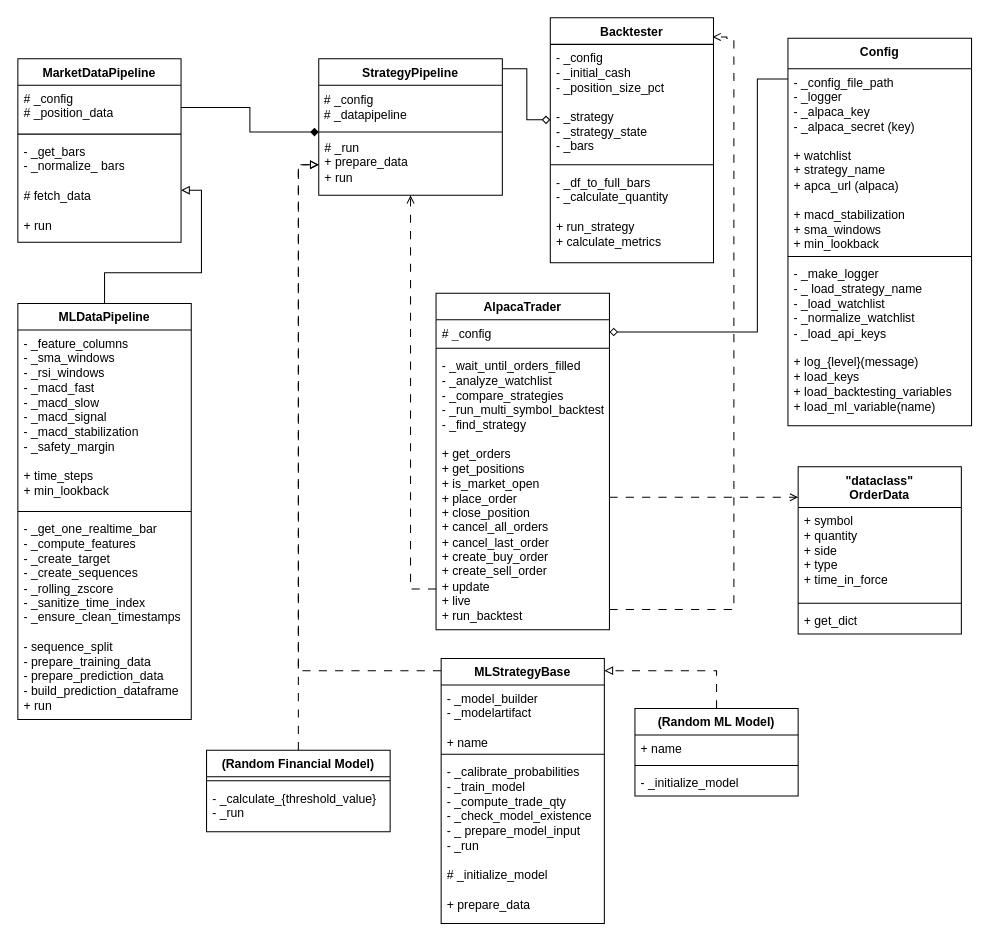
Earlier version of the draw.io diagram figures/backend_design.drawio (MiladTootoonchi/Live-Trading-Platform). Source tidied: cells renumbered, new cells numbered last; positions are measured from the earlier drawing's top-left corner, leaving out a move shared by most shapes. Both pictures are drawn from the tidied source at 102%, with x=0, y=0 at pixel (17, 17).
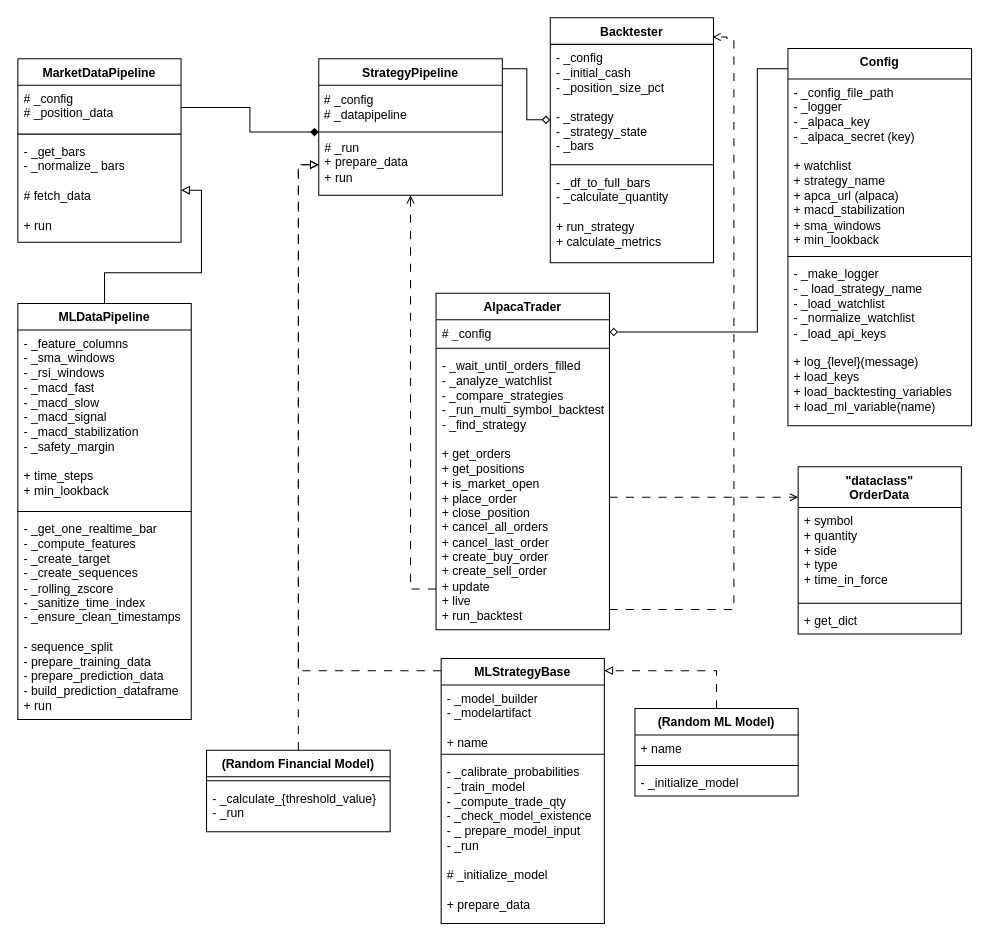
The same diagram, later.

Unchanged cells that the change refers to:
```xml
<mxCell id="27" value="# _config" style="text;strokeColor=none;fillColor=none;align=left;verticalAlign=top;spacingLeft=4;spacingRight=4;overflow=hidden;points=[[0,0.5],[1,0.5]];portConstraint=eastwest;whiteSpace=wrap;html=1;" parent="26" vertex="1">
  <mxGeometry y="26" width="170" height="24" as="geometry" />
</mxCell>
```

Diff of the diagram source:
```diff
@@
     <mxCell id="6" style="edgeStyle=orthogonalEdgeStyle;rounded=0;jettySize=auto;html=1;entryX=1;entryY=0.5;entryDx=0;entryDy=0;endArrow=diamond;endFill=0;" parent="1" edge="1" source="7" target="27">
       <mxGeometry relative="1" as="geometry">
         <Array as="points">
-          <mxPoint x="725" y="60" />
+          <mxPoint x="725" y="50" />
           <mxPoint x="725" y="308" />
         </Array>
       </mxGeometry>
     </mxCell>
     <mxCell id="7" value="&lt;div&gt;&lt;span style=&quot;background-color: transparent; color: light-dark(rgb(0, 0, 0), rgb(255, 255, 255));&quot;&gt;Config&lt;/span&gt;&lt;/div&gt;" style="swimlane;fontStyle=1;align=center;verticalAlign=top;horizontal=1;startSize=30;whiteSpace=wrap;html=1;" parent="1" vertex="1">
-      <mxGeometry x="755" y="20" width="180" height="380" as="geometry" />
+      <mxGeometry x="755" y="30" width="180" height="370" as="geometry" />
     </mxCell>
-    <mxCell id="8" value="- _config_file_path&lt;div&gt;- _logger&lt;/div&gt;&lt;div&gt;- _alpaca_key&lt;/div&gt;&lt;div&gt;- _alpaca_secret (key)&lt;/div&gt;&lt;div&gt;&lt;br&gt;&lt;/div&gt;&lt;div&gt;+ watchlist&lt;/div&gt;&lt;div&gt;+ strategy_name&lt;/div&gt;&lt;div&gt;+ apca_url (alpaca)&lt;/div&gt;&lt;div&gt;&lt;br&gt;&lt;/div&gt;&lt;div&gt;+ macd_stabilization&lt;/div&gt;&lt;div&gt;+ sma_windows&lt;/div&gt;&lt;div&gt;+ min_lookback&lt;/div&gt;&lt;div&gt;&lt;br&gt;&lt;/div&gt;" style="text;strokeColor=none;fillColor=none;align=left;verticalAlign=top;spacingLeft=4;spacingRight=4;overflow=hidden;whiteSpace=wrap;html=1;" parent="7" vertex="1">
-      <mxGeometry y="30" width="180" height="180" as="geometry" />
+    <mxCell id="8" value="- _config_file_path&lt;div&gt;- _logger&lt;/div&gt;&lt;div&gt;- _alpaca_key&lt;/div&gt;&lt;div&gt;- _alpaca_secret (key)&lt;/div&gt;&lt;div&gt;&lt;br&gt;&lt;/div&gt;&lt;div&gt;+ watchlist&lt;/div&gt;&lt;div&gt;+ strategy_name&lt;/div&gt;&lt;div&gt;+ apca_url (alpaca)&lt;/div&gt;&lt;div&gt;+ macd_stabilization&lt;/div&gt;&lt;div&gt;+ sma_windows&lt;/div&gt;&lt;div&gt;+ min_lookback&lt;/div&gt;&lt;div&gt;&lt;br&gt;&lt;/div&gt;" style="text;strokeColor=none;fillColor=none;align=left;verticalAlign=top;spacingLeft=4;spacingRight=4;overflow=hidden;whiteSpace=wrap;html=1;" parent="7" vertex="1">
+      <mxGeometry y="30" width="180" height="170" as="geometry" />
     </mxCell>
     <mxCell id="9" style="line;strokeWidth=1;fillColor=none;align=left;verticalAlign=middle;spacingTop=-1;spacingLeft=3;spacingRight=3;labelPosition=right;strokeColor=inherit;" parent="7" vertex="1">
-      <mxGeometry y="210" width="180" height="8" as="geometry" />
+      <mxGeometry y="200" width="180" height="8" as="geometry" />
     </mxCell>
     <mxCell id="10" value="&lt;div&gt;- _make_logger&lt;/div&gt;&lt;div&gt;- _ load_strategy_name&lt;/div&gt;&lt;div&gt;- _load_watchlist&lt;/div&gt;&lt;div&gt;- _normalize_watchlist&lt;/div&gt;&lt;div&gt;- _load_api_keys&lt;/div&gt;&lt;div&gt;&lt;br&gt;&lt;/div&gt;&lt;div&gt;+ log_{level}(message)&lt;/div&gt;&lt;div&gt;+ load_keys&lt;/div&gt;&lt;div&gt;+ load_backtesting_variables&lt;/div&gt;&lt;div&gt;+ load_ml_variable(name)&lt;/div&gt;" style="text;strokeColor=none;fillColor=none;align=left;verticalAlign=top;spacingLeft=4;spacingRight=4;overflow=hidden;whiteSpace=wrap;html=1;" parent="7" vertex="1">
-      <mxGeometry y="218" width="180" height="162" as="geometry" />
+      <mxGeometry y="208" width="180" height="162" as="geometry" />
     </mxCell>
```
